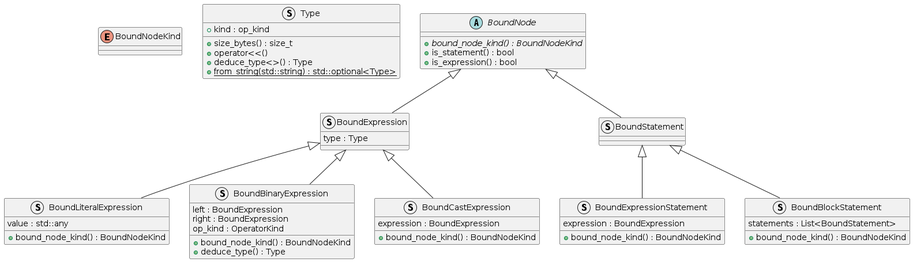
Above: other/diagrams/output/binding.png in adaxiik/sea-code-control (PlantUML), before the change.
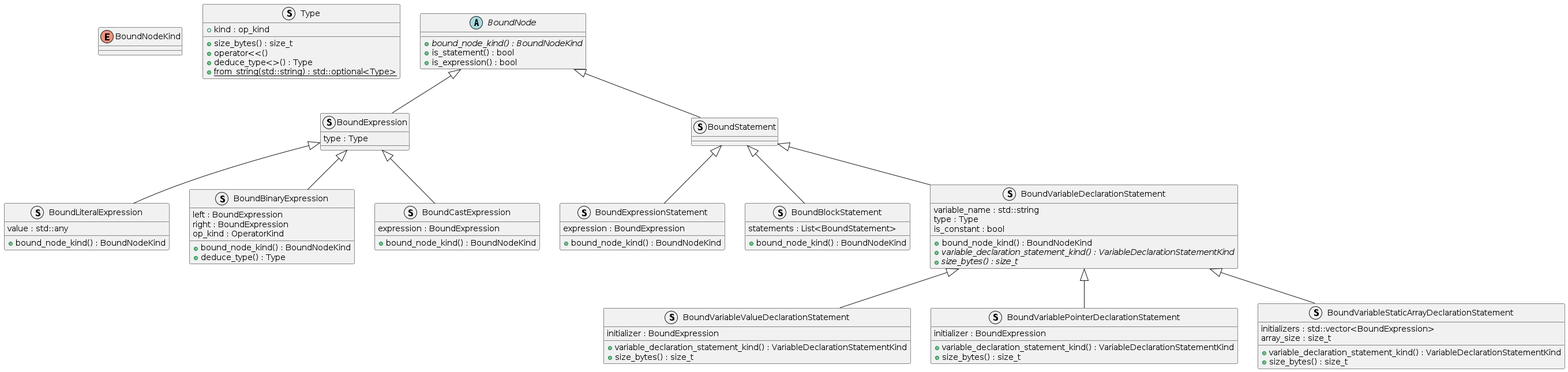
The same file after the commit.

Change to the diagram source:
```diff
@@ -55,10 +55,45 @@
     + bound_node_kind() : BoundNodeKind
 }
 
+struct BoundVariableDeclarationStatement{
+    variable_name : std::string
+    type : Type
+    is_constant : bool
+
+    + bound_node_kind() : BoundNodeKind
+    {abstract} + variable_declaration_statement_kind() : VariableDeclarationStatementKind
+    {abstract} + size_bytes() : size_t
+}
+
+struct BoundVariableValueDeclarationStatement{
+    initializer : BoundExpression
+
+    + variable_declaration_statement_kind() : VariableDeclarationStatementKind
+    + size_bytes() : size_t
+}
+
+struct BoundVariablePointerDeclarationStatement{
+    initializer : BoundExpression
+
+    + variable_declaration_statement_kind() : VariableDeclarationStatementKind
+    + size_bytes() : size_t
+}
+
+struct BoundVariableStaticArrayDeclarationStatement{
+    initializers : std::vector<BoundExpression>
+    array_size : size_t
+
+    + variable_declaration_statement_kind() : VariableDeclarationStatementKind
+    + size_bytes() : size_t
+}
+
 BoundNode <|-- BoundStatement
 BoundStatement <|-- BoundExpressionStatement
 BoundStatement <|-- BoundBlockStatement
-
+BoundStatement <|-- BoundVariableDeclarationStatement
+BoundVariableDeclarationStatement <|-- BoundVariableValueDeclarationStatement
+BoundVariableDeclarationStatement <|-- BoundVariablePointerDeclarationStatement
+BoundVariableDeclarationStatement <|-- BoundVariableStaticArrayDeclarationStatement
 
 BoundNode <|-- BoundExpression
 BoundExpression <|-- BoundLiteralExpression
```
